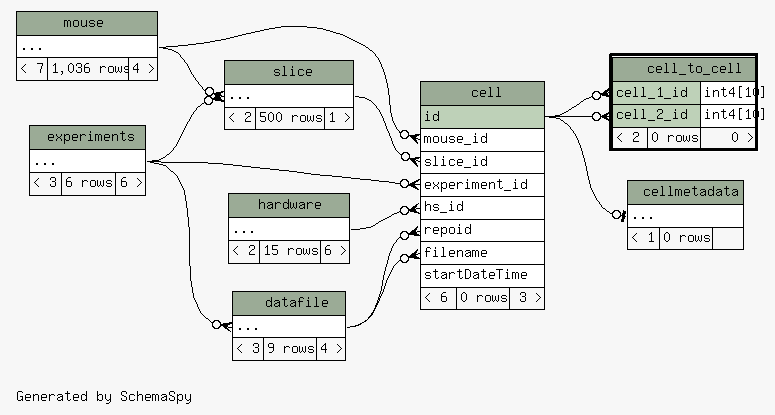
Before: database/ss/diagrams/cell_to_cell.2degrees.png, a diagram exported from Graphviz (tgbugs/mlab). Its source is kept beside it as database/ss/diagrams/cell_to_cell.2degrees.dot.
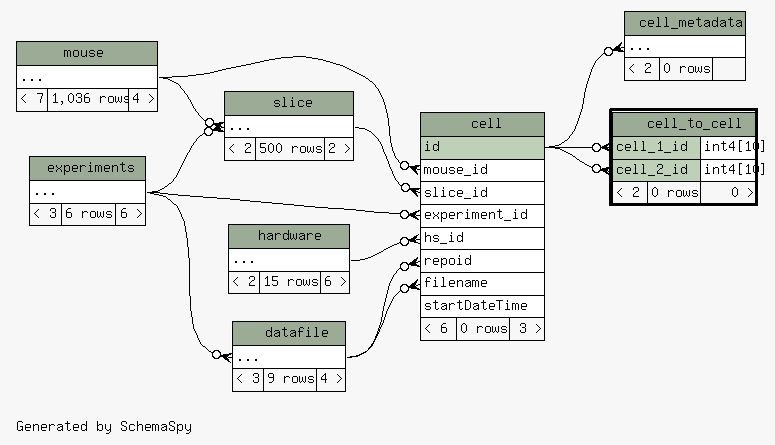
Above is the later version.

What changed in the source:
```diff
@@ -23,9 +23,9 @@
   "cell":"mouse_id":w -> "mouse":"elipses":e [arrowhead=none dir=back arrowtail=crowodot];
   "cell":"repoid":w -> "datafile":"elipses":e [arrowhead=none dir=back arrowtail=crowodot];
   "cell":"slice_id":w -> "slice":"elipses":e [arrowhead=none dir=back arrowtail=crowodot];
+  "cell_metadata":"elipses":w -> "cell":"id":e [arrowhead=none dir=back arrowtail=crowodot];
   "cell_to_cell":"cell_1_id":w -> "cell":"id":e [arrowhead=none dir=back arrowtail=crowodot];
   "cell_to_cell":"cell_2_id":w -> "cell":"id":e [arrowhead=none dir=back arrowtail=crowodot];
-  "cellmetadata":"elipses":w -> "cell":"id":e [arrowhead=none dir=back arrowtail=teeodot];
   "datafile":"elipses":w -> "experiments":"elipses":e [arrowhead=none dir=back arrowtail=crowodot];
   "slice":"elipses":w -> "mouse":"elipses":e [arrowhead=none dir=back arrowtail=crowodot];
   "slice":"elipses":w -> "experiments":"elipses":e [arrowhead=none dir=back arrowtail=crowodot];
@@ -46,6 +46,16 @@
     URL="cell.html"
     tooltip="cell"
   ];
+  "cell_metadata" [
+    label=<
+    <TABLE BORDER="0" CELLBORDER="1" CELLSPACING="0" BGCOLOR="#ffffff">
+      <TR><TD COLSPAN="3" BGCOLOR="#9bab96" ALIGN="CENTER">cell_metadata</TD></TR>
+      <TR><TD PORT="elipses" COLSPAN="3" ALIGN="LEFT">...</TD></TR>
+      <TR><TD ALIGN="LEFT" BGCOLOR="#f7f7f7">&lt; 2</TD><TD ALIGN="RIGHT" BGCOLOR="#f7f7f7">0 rows</TD><TD ALIGN="RIGHT" BGCOLOR="#f7f7f7">  </TD></TR>
+    </TABLE>>
+    URL="cell_metadata.html"
+    tooltip="cell_metadata"
+  ];
   "cell_to_cell" [
     label=<
     <TABLE BORDER="2" CELLBORDER="1" CELLSPACING="0" BGCOLOR="#ffffff">
@@ -56,16 +66,6 @@
     </TABLE>>
     URL="cell_to_cell.html"
     tooltip="cell_to_cell"
-  ];
-  "cellmetadata" [
-    label=<
-    <TABLE BORDER="0" CELLBORDER="1" CELLSPACING="0" BGCOLOR="#ffffff">
-      <TR><TD COLSPAN="3" BGCOLOR="#9bab96" ALIGN="CENTER">cellmetadata</TD></TR>
-      <TR><TD PORT="elipses" COLSPAN="3" ALIGN="LEFT">...</TD></TR>
-      <TR><TD ALIGN="LEFT" BGCOLOR="#f7f7f7">&lt; 1</TD><TD ALIGN="RIGHT" BGCOLOR="#f7f7f7">0 rows</TD><TD ALIGN="RIGHT" BGCOLOR="#f7f7f7">  </TD></TR>
-    </TABLE>>
-    URL="cellmetadata.html"
-    tooltip="cellmetadata"
   ];
   "datafile" [
     label=<
@@ -112,7 +112,7 @@
     <TABLE BORDER="0" CELLBORDER="1" CELLSPACING="0" BGCOLOR="#ffffff">
       <TR><TD COLSPAN="3" BGCOLOR="#9bab96" ALIGN="CENTER">slice</TD></TR>
       <TR><TD PORT="elipses" COLSPAN="3" ALIGN="LEFT">...</TD></TR>
-      <TR><TD ALIGN="LEFT" BGCOLOR="#f7f7f7">&lt; 2</TD><TD ALIGN="RIGHT" BGCOLOR="#f7f7f7">500 rows</TD><TD ALIGN="RIGHT" BGCOLOR="#f7f7f7">1 &gt;</TD></TR>
+      <TR><TD ALIGN="LEFT" BGCOLOR="#f7f7f7">&lt; 2</TD><TD ALIGN="RIGHT" BGCOLOR="#f7f7f7">500 rows</TD><TD ALIGN="RIGHT" BGCOLOR="#f7f7f7">2 &gt;</TD></TR>
     </TABLE>>
     URL="slice.html"
     tooltip="slice"
```
